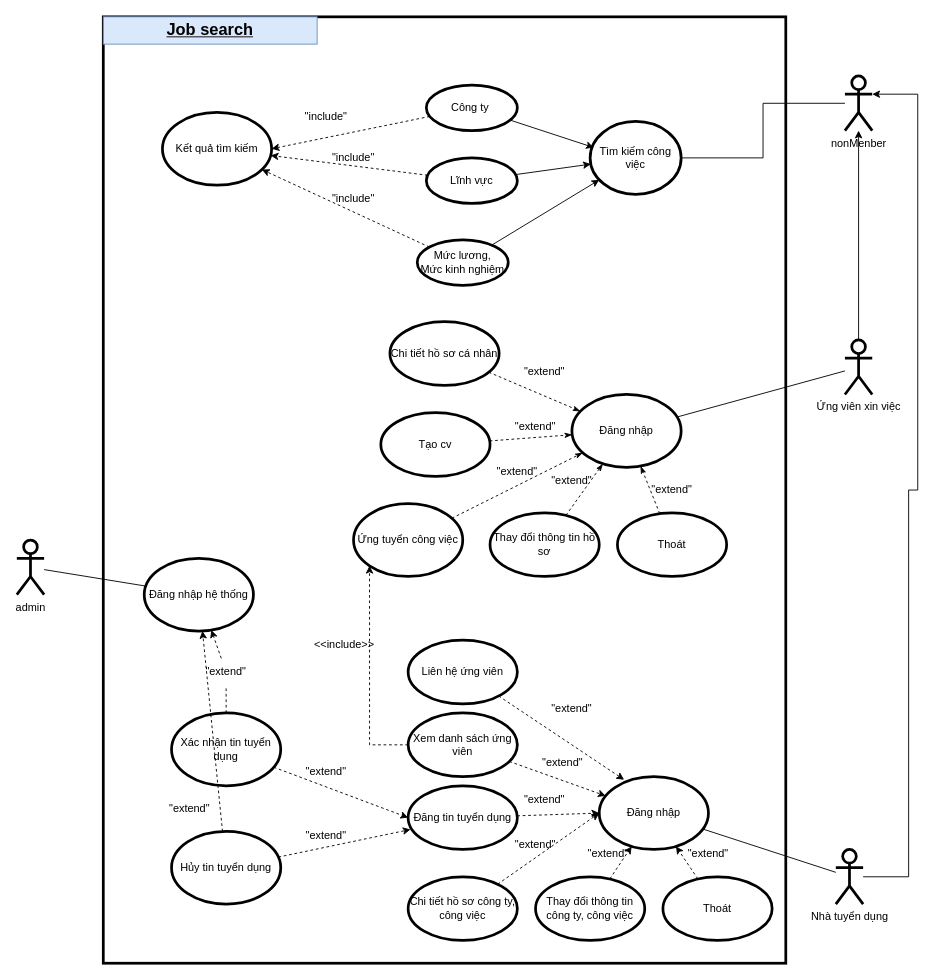
Above: Sơ đồ hệ thống/Biểu đồ user_case.drawio in coongasd/job-search (draw.io), before the change. Source tidied: cells renumbered, new cells numbered last; positions are measured from the earlier drawing's top-left corner, leaving out a move shared by most shapes. Both pictures are drawn from the tidied source at 91%, with x=0, y=0 at pixel (16, 16).
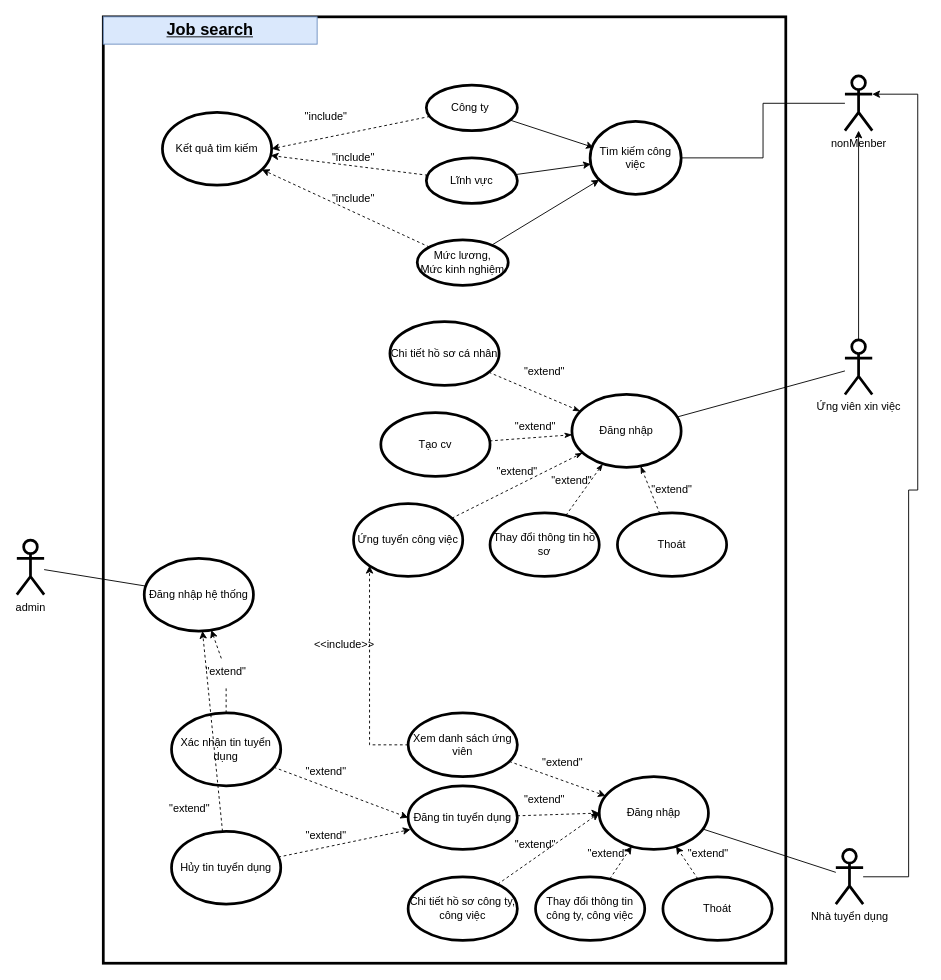
Above is the later version.

The change refers to these unchanged cells:
```xml
<mxCell id="43" value="Đăng nhập" style="ellipse;whiteSpace=wrap;html=1;strokeWidth=3;" parent="1" vertex="1">
  <mxGeometry x="640" y="835" width="120" height="80" as="geometry" />
</mxCell>
```

Diff of the diagram source:
```diff
@@
-    <mxCell id="55" style="edgeStyle=none;rounded=0;jettySize=auto;html=1;entryX=0.228;entryY=0.042;entryDx=0;entryDy=0;entryPerimeter=0;endArrow=classic;endFill=1;dashed=1;" parent="1" edge="1" source="56" target="43">
-      <mxGeometry relative="1" as="geometry" />
-    </mxCell>
-    <mxCell id="56" value="Liên hệ ứng viên" style="ellipse;whiteSpace=wrap;html=1;strokeWidth=3;" parent="1" vertex="1">
-      <mxGeometry x="430" y="685" width="120" height="70" as="geometry" />
-    </mxCell>
-    <mxCell id="57" value="&quot;extend&quot;" style="text;html=1;strokeColor=none;fillColor=none;align=center;verticalAlign=middle;whiteSpace=wrap;rounded=0;" parent="1" vertex="1">
-      <mxGeometry x="580" y="745" width="60" height="30" as="geometry" />
-    </mxCell>
```
